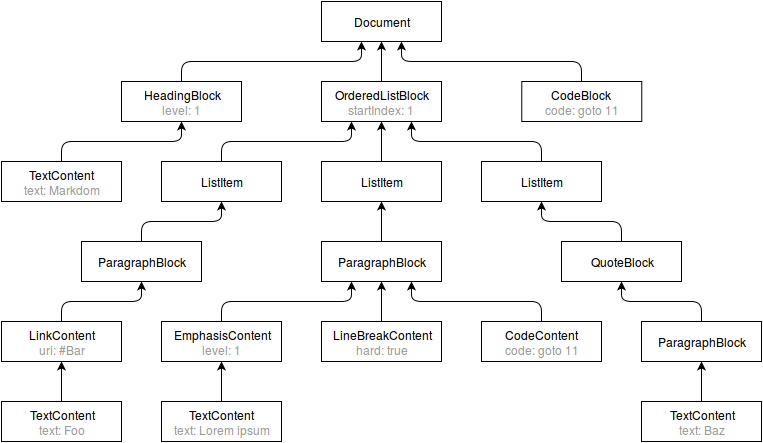
Earlier version of the draw.io export 1.0/resource/markdom-example.png (markdom/specification). Source tidied: cells renumbered, new cells last; positions are measured from the earlier drawing's top-left corner, leaving out a move shared by most shapes.
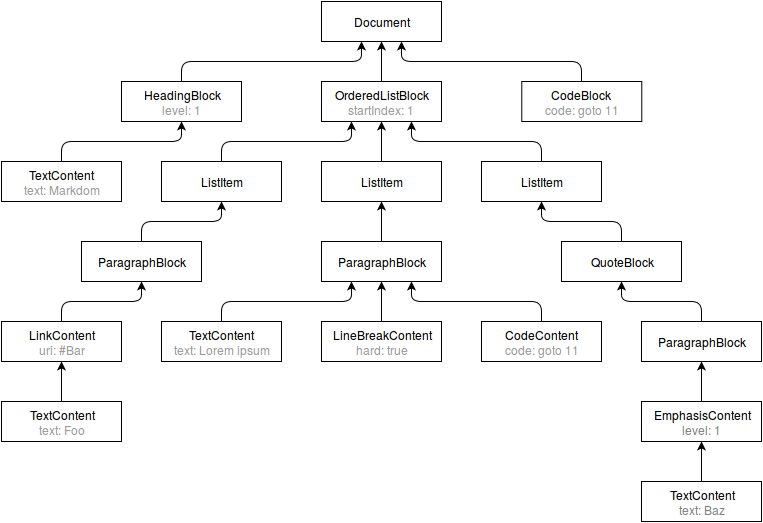
After the change.

What changed in the source:
```diff
@@ -59,12 +59,6 @@
     <mxCell id="20" value="CodeBlock&lt;br&gt;&lt;font color=&quot;#999999&quot;&gt;code: goto 11&lt;/font&gt;" style="whiteSpace=wrap;html=1;" parent="1" vertex="1">
       <mxGeometry x="520.3" y="80" width="120" height="40" as="geometry" />
     </mxCell>
-    <mxCell id="21" style="edgeStyle=orthogonalEdgeStyle;rounded=1;html=1;exitX=0.5;exitY=0;entryX=0.25;entryY=1;jettySize=auto;" parent="1" edge="1" source="22" target="8">
-      <mxGeometry relative="1" as="geometry" />
-    </mxCell>
-    <mxCell id="22" value="EmphasisContent&lt;br&gt;&lt;font color=&quot;#999999&quot;&gt;level: 1&lt;/font&gt;&lt;br&gt;" style="whiteSpace=wrap;html=1;" parent="1" vertex="1">
-      <mxGeometry x="160" y="320" width="120" height="40" as="geometry" />
-    </mxCell>
     <mxCell id="23" style="edgeStyle=orthogonalEdgeStyle;rounded=1;html=1;exitX=0.5;exitY=0;jettySize=auto;entryX=0.5;entryY=1;" parent="1" edge="1" source="24" target="14">
       <mxGeometry relative="1" as="geometry" />
     </mxCell>
@@ -89,23 +83,23 @@
     <mxCell id="30" value="CodeContent&lt;br&gt;&lt;font color=&quot;#999999&quot;&gt;code: goto 11&lt;/font&gt;&lt;br&gt;" style="whiteSpace=wrap;html=1;" parent="1" vertex="1">
       <mxGeometry x="480" y="320" width="120" height="40" as="geometry" />
     </mxCell>
-    <mxCell id="31" style="edgeStyle=orthogonalEdgeStyle;rounded=1;html=1;exitX=0.5;exitY=0;entryX=0.5;entryY=1;jettySize=auto;" parent="1" edge="1" source="32" target="16">
+    <mxCell id="31" style="edgeStyle=orthogonalEdgeStyle;rounded=1;html=1;exitX=0.5;exitY=0;entryX=0.5;entryY=1;startArrow=none;startFill=0;endArrow=classic;endFill=1;jettySize=auto;strokeColor=#000000;strokeWidth=1;fontSize=11;" parent="1" edge="1" source="32" target="16">
       <mxGeometry relative="1" as="geometry" />
     </mxCell>
     <mxCell id="32" value="ParagraphBlock&lt;br&gt;" style="whiteSpace=wrap;html=1;" parent="1" vertex="1">
       <mxGeometry x="640" y="320" width="120" height="40" as="geometry" />
     </mxCell>
-    <mxCell id="33" style="edgeStyle=orthogonalEdgeStyle;rounded=0;html=1;exitX=0.5;exitY=0;entryX=0.5;entryY=1;jettySize=auto;" parent="1" edge="1" source="34" target="32">
-      <mxGeometry relative="1" as="geometry" />
-    </mxCell>
+    <mxCell id="39" style="edgeStyle=orthogonalEdgeStyle;rounded=1;html=1;exitX=0.5;exitY=0;entryX=0.5;entryY=1;startArrow=none;startFill=0;endArrow=classic;endFill=1;jettySize=auto;strokeColor=#000000;strokeWidth=1;fontSize=11;" parent="1" edge="1" source="34" target="22">
+      <mxGeometry relative="1" as="geometry" />
+    </mxCell>
-    <mxCell id="34" value="TextContent&lt;br&gt;&lt;font color=&quot;#999999&quot;&gt;text: Baz&lt;/font&gt;&lt;br&gt;" style="whiteSpace=wrap;html=1;" parent="1" vertex="1">
-      <mxGeometry x="640" y="400" width="120" height="40" as="geometry" />
+    <mxCell id="34" value="TextContent&lt;br&gt;&lt;font color=&quot;#808080&quot;&gt;text: Baz&lt;/font&gt;&lt;br&gt;" style="whiteSpace=wrap;html=1;" parent="1" vertex="1">
+      <mxGeometry x="640" y="480" width="120" height="40" as="geometry" />
     </mxCell>
-    <mxCell id="35" style="edgeStyle=orthogonalEdgeStyle;rounded=0;html=1;exitX=0.5;exitY=0;entryX=0.5;entryY=1;jettySize=auto;" parent="1" edge="1" source="36" target="22">
-      <mxGeometry relative="1" as="geometry" />
-    </mxCell>
+    <mxCell id="40" style="edgeStyle=orthogonalEdgeStyle;rounded=1;html=1;exitX=0.5;exitY=0;entryX=0.25;entryY=1;startArrow=none;startFill=0;endArrow=classic;endFill=1;jettySize=auto;strokeColor=#000000;strokeWidth=1;fontSize=11;" parent="1" edge="1" source="36" target="8">
+      <mxGeometry relative="1" as="geometry" />
+    </mxCell>
     <mxCell id="36" value="TextContent&lt;br&gt;&lt;font color=&quot;#999999&quot;&gt;text: Lorem ipsum&lt;/font&gt;&lt;br&gt;" style="whiteSpace=wrap;html=1;" parent="1" vertex="1">
-      <mxGeometry x="160" y="400" width="120" height="40" as="geometry" />
+      <mxGeometry x="160" y="320" width="120" height="40" as="geometry" />
     </mxCell>
     <mxCell id="37" style="edgeStyle=orthogonalEdgeStyle;rounded=1;html=1;exitX=0.5;exitY=0;entryX=0.5;entryY=1;jettySize=auto;" parent="1" edge="1" source="38" target="18">
       <mxGeometry relative="1" as="geometry" />
@@ -113,5 +107,11 @@
     <mxCell id="38" value="TextContent&lt;br&gt;&lt;font color=&quot;#999999&quot;&gt;text: Markdom&lt;/font&gt;&lt;br&gt;" style="whiteSpace=wrap;html=1;" parent="1" vertex="1">
       <mxGeometry y="160" width="120" height="40" as="geometry" />
     </mxCell>
+    <mxCell id="41" style="edgeStyle=orthogonalEdgeStyle;rounded=1;html=1;exitX=0.5;exitY=0;entryX=0.5;entryY=1;startArrow=none;startFill=0;endArrow=classic;endFill=1;jettySize=auto;strokeColor=#000000;strokeWidth=1;fontSize=11;" parent="1" edge="1" source="22" target="32">
+      <mxGeometry relative="1" as="geometry" />
+    </mxCell>
+    <mxCell id="22" value="EmphasisContent&lt;br&gt;&lt;font color=&quot;#808080&quot;&gt;level: 1&lt;/font&gt;&lt;br&gt;" style="whiteSpace=wrap;html=1;" parent="1" vertex="1">
+      <mxGeometry x="640" y="400" width="120" height="40" as="geometry" />
+    </mxCell>
   </root>
 </mxGraphModel>
```
